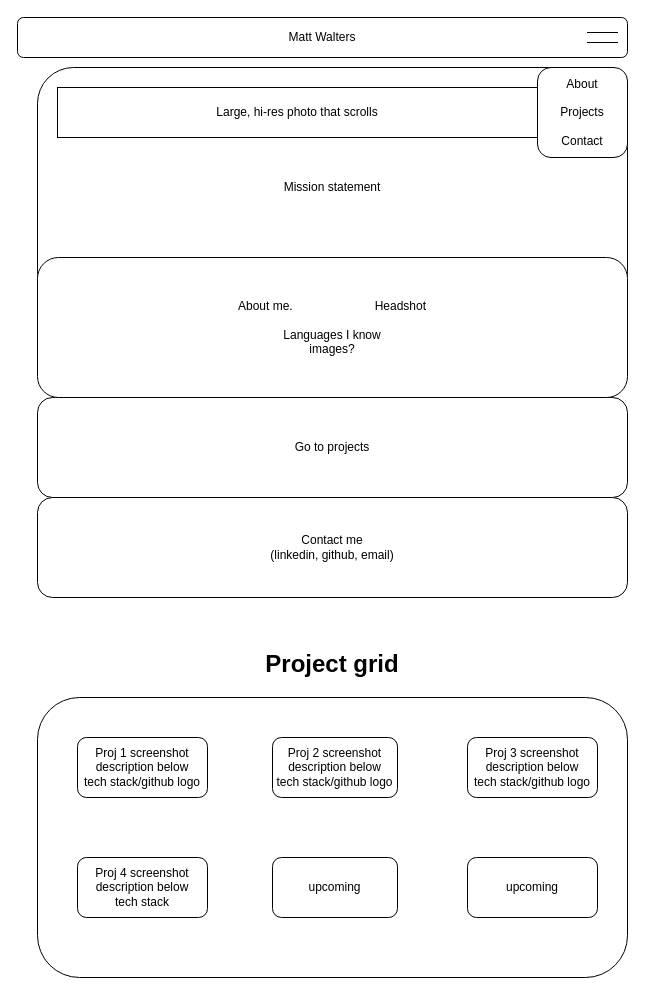
Before: pages/wireframe.drawio in WaltersMatthew/portfolio, a draw.io diagram. Source tidied: cells renumbered, new cells numbered last; positions are measured from the earlier drawing's top-left corner, leaving out a move shared by most shapes. Both pictures are drawn from the tidied source at 100%, with x=0, y=0 at pixel (17, 17).
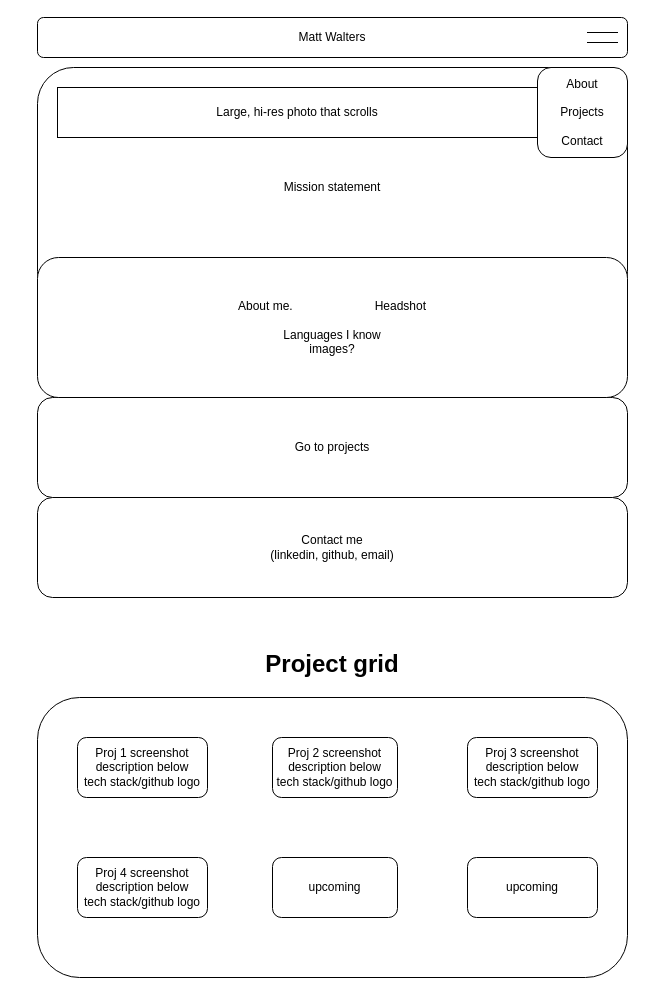
The same diagram, later.

Diff of the diagram source:
```diff
@@
 <mxGraphModel>
   <root>
     <mxCell id="0" />
     <mxCell id="1" parent="0" />
     <mxCell id="2" value="Matt Walters" style="rounded=1;whiteSpace=wrap;html=1;" parent="1" vertex="1">
-      <mxGeometry width="610" height="40" as="geometry" />
+      <mxGeometry x="20" width="590" height="40" as="geometry" />
     </mxCell>
     <mxCell id="3" style="shape=partialRectangle;whiteSpace=wrap;html=1;left=0;right=0;fillColor=none;" parent="1" vertex="1">
       <mxGeometry x="570" y="15" width="30" height="10" as="geometry" />
     </mxCell>
     <mxCell id="4" value="Mission statement" style="rounded=1;whiteSpace=wrap;html=1;" parent="1" vertex="1">
       <mxGeometry x="20" y="50" width="590" height="240" as="geometry" />
     </mxCell>
     <mxCell id="5" value="About&lt;br&gt;&lt;br&gt;Projects&lt;br&gt;&lt;br&gt;Contact" style="rounded=1;whiteSpace=wrap;html=1;" parent="1" vertex="1">
       <mxGeometry x="520" y="50" width="90" height="90" as="geometry" />
     </mxCell>
     <mxCell id="6" value="Large, hi-res photo that scrolls" style="rounded=0;whiteSpace=wrap;html=1;align=center;" parent="1" vertex="1">
       <mxGeometry x="40" y="70" width="480" height="50" as="geometry" />
     </mxCell>
     <mxCell id="7" value="Go to projects" style="rounded=1;whiteSpace=wrap;html=1;" parent="1" vertex="1">
       <mxGeometry x="20" y="380" width="590" height="100" as="geometry" />
     </mxCell>
     <mxCell id="8" value="About me.&lt;span style=&quot;white-space: pre&quot;&gt;&#9;&lt;/span&gt;&lt;span style=&quot;white-space: pre&quot;&gt;&#9;&lt;/span&gt;&lt;span style=&quot;white-space: pre&quot;&gt;&#9;&lt;/span&gt; Headshot&lt;br&gt;&lt;br&gt;Languages I know&lt;br&gt;images?" style="rounded=1;whiteSpace=wrap;html=1;" parent="1" vertex="1">
       <mxGeometry x="20" y="240" width="590" height="140" as="geometry" />
     </mxCell>
     <mxCell id="9" value="Contact me&lt;br&gt;(linkedin, github, email)" style="rounded=1;whiteSpace=wrap;html=1;" parent="1" vertex="1">
       <mxGeometry x="20" y="480" width="590" height="100" as="geometry" />
     </mxCell>
     <mxCell id="10" value="&lt;h1&gt;Project grid&lt;/h1&gt;" style="rounded=1;whiteSpace=wrap;html=1;labelPosition=center;verticalLabelPosition=top;align=center;verticalAlign=bottom;" parent="1" vertex="1">
       <mxGeometry x="20" y="680" width="590" height="280" as="geometry" />
     </mxCell>
     <mxCell id="11" value="Proj 1 screenshot&lt;br&gt;description below&lt;br&gt;tech stack/github logo" style="rounded=1;whiteSpace=wrap;html=1;" parent="1" vertex="1">
       <mxGeometry x="60" y="720" width="130" height="60" as="geometry" />
     </mxCell>
     <mxCell id="12" value="Proj 2 screenshot&lt;br&gt;description below&lt;br&gt;tech stack/github logo" style="rounded=1;whiteSpace=wrap;html=1;" parent="1" vertex="1">
       <mxGeometry x="255" y="720" width="125" height="60" as="geometry" />
     </mxCell>
     <mxCell id="13" value="Proj 3 screenshot&lt;br&gt;description below&lt;br&gt;tech stack/github logo" style="rounded=1;whiteSpace=wrap;html=1;" parent="1" vertex="1">
       <mxGeometry x="450" y="720" width="130" height="60" as="geometry" />
     </mxCell>
-    <mxCell id="14" value="Proj 4 screenshot&lt;br&gt;description below&lt;br&gt;tech stack" style="rounded=1;whiteSpace=wrap;html=1;" parent="1" vertex="1">
+    <mxCell id="14" value="Proj 4 screenshot&lt;br&gt;description below&lt;br&gt;tech stack/github logo" style="rounded=1;whiteSpace=wrap;html=1;" parent="1" vertex="1">
       <mxGeometry x="60" y="840" width="130" height="60" as="geometry" />
     </mxCell>
     <mxCell id="15" value="upcoming" style="rounded=1;whiteSpace=wrap;html=1;" parent="1" vertex="1">
       <mxGeometry x="255" y="840" width="125" height="60" as="geometry" />
     </mxCell>
     <mxCell id="16" value="upcoming" style="rounded=1;whiteSpace=wrap;html=1;" parent="1" vertex="1">
       <mxGeometry x="450" y="840" width="130" height="60" as="geometry" />
     </mxCell>
   </root>
 </mxGraphModel>
```
